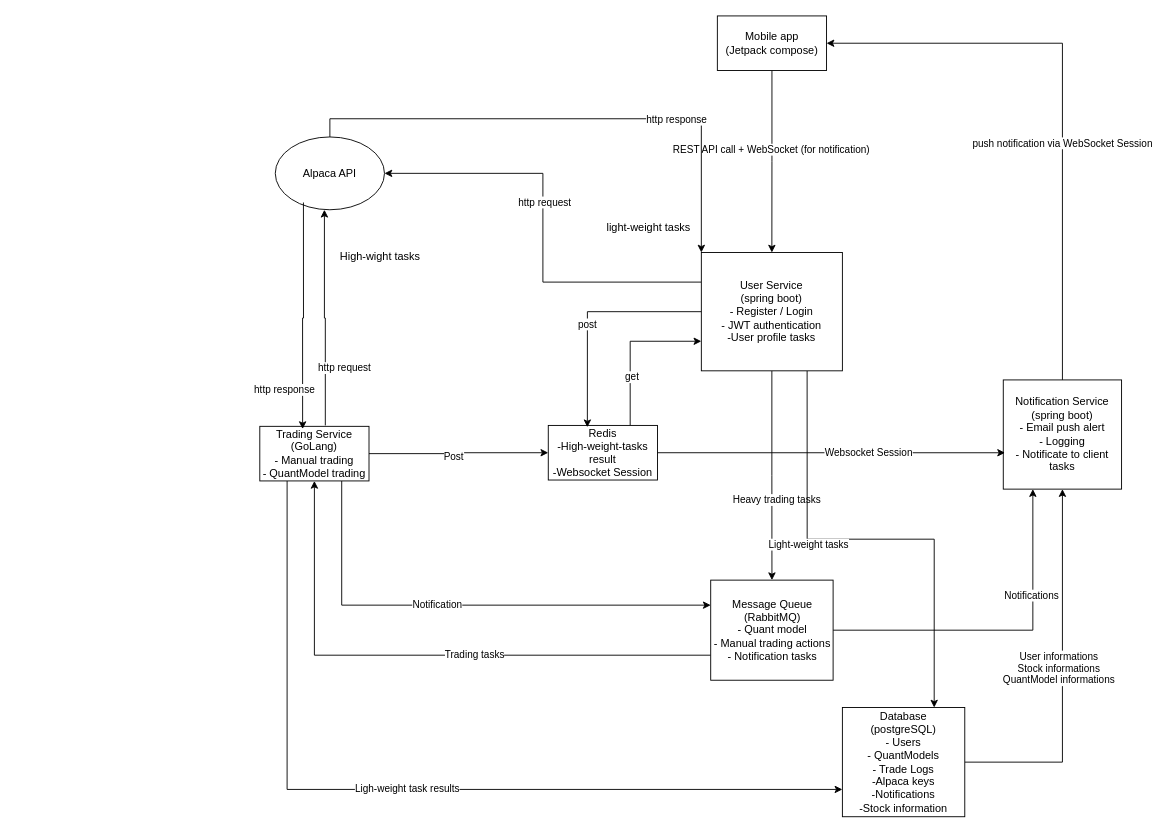
Earlier version of the draw.io diagram docs/quantly_system_architecture.drawio (trmviet0801/quantly). Source tidied: cells renumbered, new cells numbered last; positions are measured from the earlier drawing's top-left corner, leaving out a move shared by most shapes. Both pictures are drawn from the tidied source at 91%, with x=0, y=0 at pixel (259, 15).
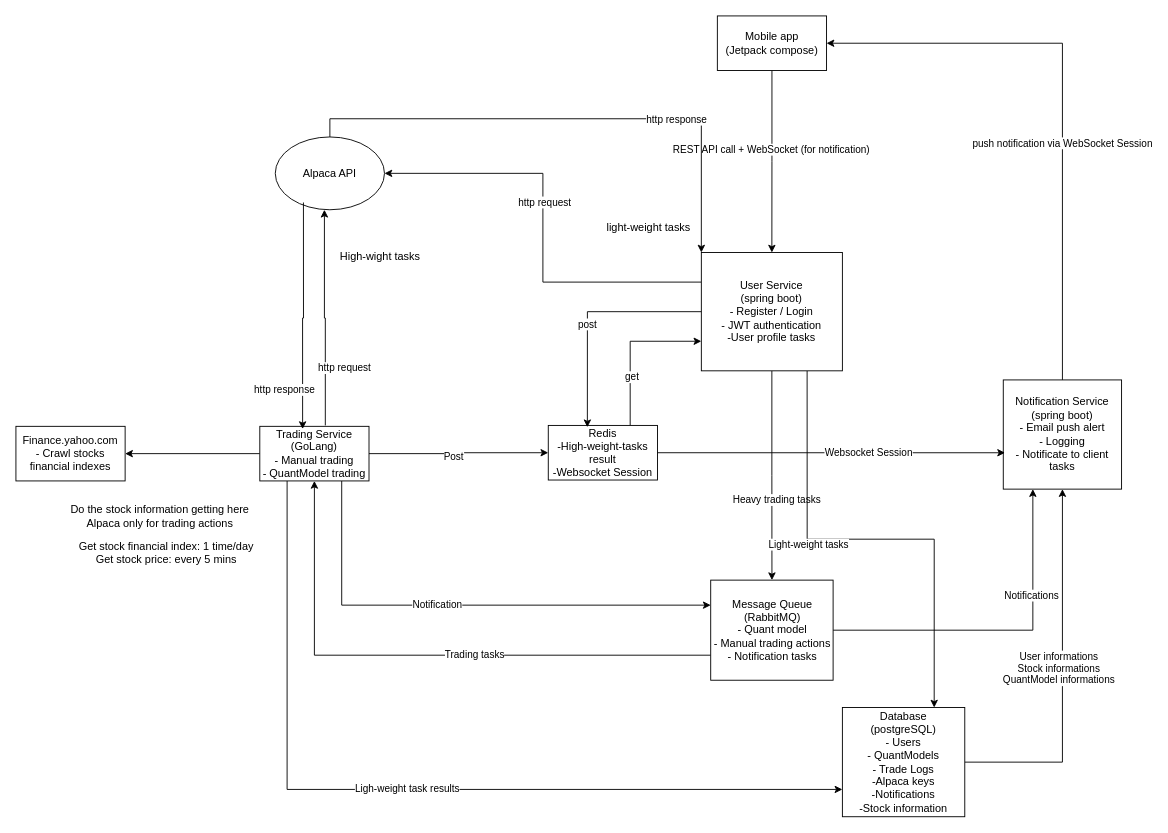
The same page after the edit.

The change refers to these unchanged cells:
```xml
<mxCell id="29" value="Trading Service&lt;div&gt;(GoLang)&lt;/div&gt;&lt;div&gt;- Manual trading&lt;/div&gt;&lt;div&gt;- QuantModel trading&lt;/div&gt;" style="rounded=0;whiteSpace=wrap;html=1;" parent="1" vertex="1">
  <mxGeometry y="451" width="120" height="60" as="geometry" />
</mxCell>
```

Diff of the diagram source:
```diff
@@
+    <mxCell id="46" style="edgeStyle=orthogonalEdgeStyle;rounded=0;jettySize=auto;html=1;exitX=0;exitY=0.5;exitDx=0;exitDy=0;entryX=1;entryY=0.5;entryDx=0;entryDy=0;" parent="1" edge="1" source="29" target="47">
+      <mxGeometry relative="1" as="geometry" />
+    </mxCell>
@@
+    <mxCell id="47" value="Finance.yahoo.com&lt;div&gt;- Crawl stocks financial indexes&lt;/div&gt;" style="rounded=0;whiteSpace=wrap;html=1;" parent="1" vertex="1">
+      <mxGeometry x="-268" y="451" width="120" height="60" as="geometry" />
+    </mxCell>
+    <mxCell id="48" value="Do the stock information getting here&lt;div&gt;Alpaca only for trading actions&lt;/div&gt;" style="text;html=1;align=center;verticalAlign=middle;strokeColor=none;fillColor=none;" parent="1" vertex="1">
+      <mxGeometry x="-220" y="530" width="220" height="40" as="geometry" />
+    </mxCell>
+    <mxCell id="49" value="Get stock financial index: 1 time/day&lt;div&gt;Get stock price: every 5 mins&lt;/div&gt;" style="text;html=1;align=center;verticalAlign=middle;strokeColor=none;fillColor=none;" parent="1" vertex="1">
+      <mxGeometry x="-213" y="570" width="220" height="40" as="geometry" />
+    </mxCell>
```
